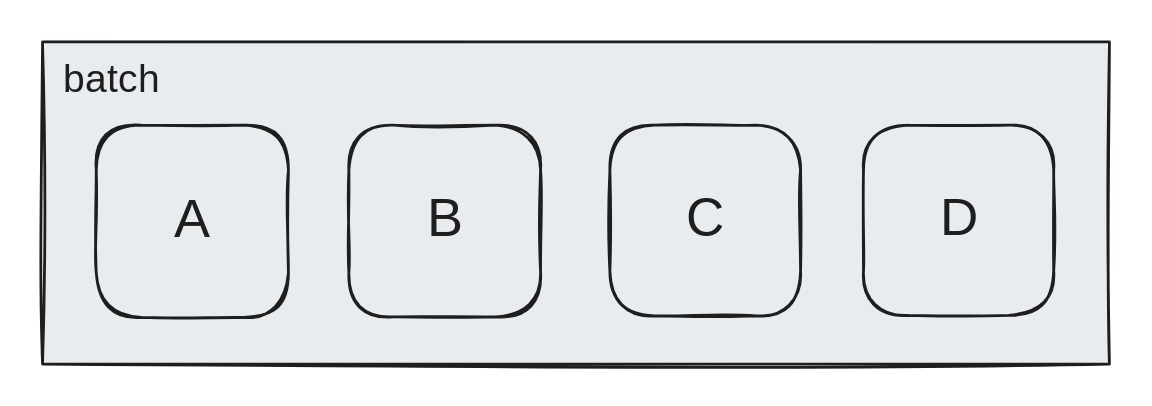
trunk-io/docs keeps this Excalidraw diagram as .gitbook/assets/file.excalidraw (4).svg. Above is the earlier version. Source tidied: one line per element, renumbered; positions are measured from the earlier drawing's top-left corner, leaving out a move shared by most shapes.
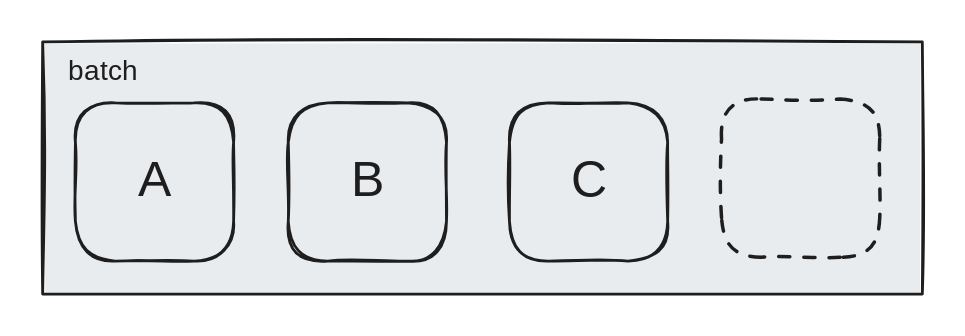
Later version of the same file.

Diff of the diagram source:
```diff
@@ -1,10 +1,9 @@
-{"id": 0, "type": "rectangle", "strokeColor": "#1e1e1e", "backgroundColor": "#e9ecef", "fillStyle": "solid", "strokeWidth": 2, "roughness": 1, "x": 0, "y": 0, "width": 763, "height": 230}
-{"id": 1, "type": "rectangle", "strokeColor": "#1e1e1e", "strokeWidth": 2, "roughness": 1, "round": true, "x": 38, "y": 59, "width": 137, "height": 137}
+{"id": 10, "type": "rectangle", "strokeColor": "#1e1e1e", "backgroundColor": "#e9ecef", "fillStyle": "solid", "strokeWidth": 2, "roughness": 1, "x": 101, "y": -3, "width": 629, "height": 180}
+{"id": 11, "type": "rectangle", "strokeColor": "#1e1e1e", "strokeWidth": 2, "roughness": 1, "round": true, "x": 124, "y": 40, "width": 113, "height": 113}
-{"id": 2, "type": "text", "text": "A", "strokeColor": "#1e1e1e", "strokeWidth": 2, "roughness": 1, "fontSize": 38.35, "fontFamily": 1, "textAlign": "center", "verticalAlign": "middle", "inside": 1, "x": 94, "y": 104, "width": 25, "height": 48}
+{"id": 2, "type": "text", "text": "A", "strokeColor": "#1e1e1e", "strokeWidth": 2, "roughness": 1, "fontSize": 35.45, "fontFamily": 1, "textAlign": "center", "verticalAlign": "middle", "inside": 11, "x": 169, "y": 75, "width": 23, "height": 44}
-{"id": 3, "type": "rectangle", "strokeColor": "#1e1e1e", "strokeWidth": 2, "roughness": 1, "round": true, "x": 219, "y": 59, "width": 137, "height": 137}
+{"id": 12, "type": "rectangle", "strokeColor": "#1e1e1e", "strokeWidth": 2, "roughness": 1, "round": true, "x": 276, "y": 40, "width": 113, "height": 113}
-{"id": 4, "type": "text", "text": "B", "strokeColor": "#1e1e1e", "strokeWidth": 2, "roughness": 1, "fontSize": 38.25, "fontFamily": 1, "textAlign": "center", "verticalAlign": "middle", "inside": 3, "x": 274, "y": 104, "width": 28, "height": 48}
+{"id": 4, "type": "text", "text": "B", "strokeColor": "#1e1e1e", "strokeWidth": 2, "roughness": 1, "fontSize": 35.45, "fontFamily": 1, "textAlign": "center", "verticalAlign": "middle", "inside": 12, "x": 320, "y": 75, "width": 26, "height": 44}
-{"id": 5, "type": "rectangle", "strokeColor": "#1e1e1e", "strokeWidth": 2, "roughness": 1, "round": true, "x": 406, "y": 59, "width": 136, "height": 136}
+{"id": 13, "type": "rectangle", "strokeColor": "#1e1e1e", "strokeWidth": 2, "roughness": 1, "round": true, "x": 435, "y": 40, "width": 113, "height": 113}
-{"id": 6, "type": "text", "text": "C", "strokeColor": "#1e1e1e", "strokeWidth": 2, "roughness": 1, "fontSize": 38.03, "fontFamily": 1, "textAlign": "center", "verticalAlign": "middle", "inside": 5, "x": 461, "y": 104, "width": 24, "height": 48}
+{"id": 6, "type": "text", "text": "C", "strokeColor": "#1e1e1e", "strokeWidth": 2, "roughness": 1, "fontSize": 35.45, "fontFamily": 1, "textAlign": "center", "verticalAlign": "middle", "inside": 13, "x": 480, "y": 75, "width": 23, "height": 44}
-{"id": 7, "type": "rectangle", "strokeColor": "#1e1e1e", "strokeWidth": 2, "roughness": 1, "round": true, "x": 587, "y": 59, "width": 136, "height": 136}
-{"id": 8, "type": "text", "text": "D", "strokeColor": "#1e1e1e", "strokeWidth": 2, "roughness": 1, "fontSize": 37.93, "fontFamily": 1, "textAlign": "center", "verticalAlign": "middle", "inside": 7, "x": 640, "y": 104, "width": 30, "height": 47}
-{"id": 9, "type": "text", "text": "batch", "strokeColor": "#1e1e1e", "strokeWidth": 2, "roughness": 1, "fontSize": 28, "fontFamily": 1, "x": 15, "y": 11, "width": 77, "height": 35}
+{"id": 9, "type": "text", "text": "batch", "strokeColor": "#1e1e1e", "strokeWidth": 2, "roughness": 1, "fontSize": 20, "fontFamily": 1, "x": 119, "y": 6, "width": 55, "height": 25}
+{"id": 14, "type": "rectangle", "strokeColor": "#1e1e1e", "strokeWidth": 2, "strokeStyle": "dashed", "roughness": 1, "round": true, "x": 586, "y": 37, "width": 113, "height": 113}
```
